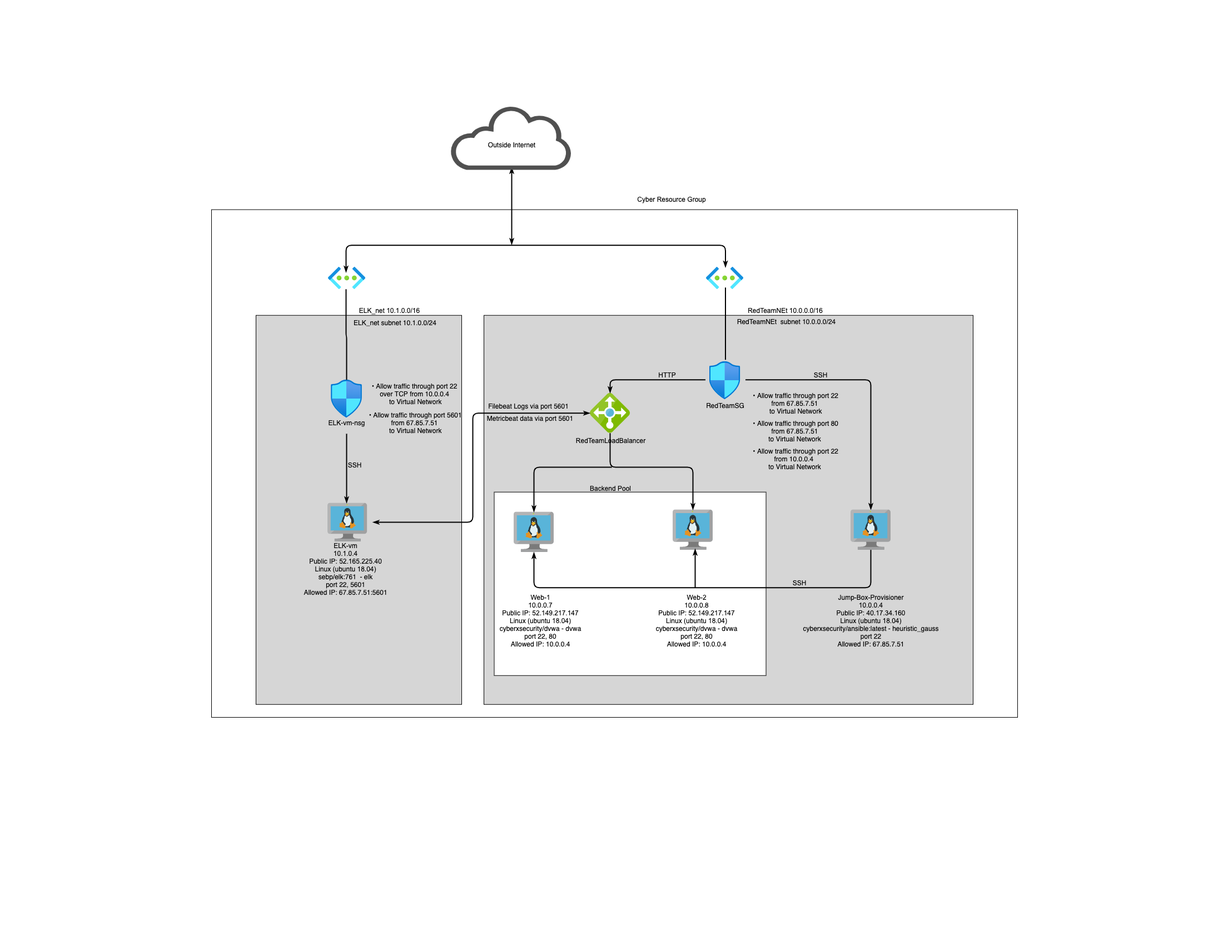
wiltzie75/ELK-Project keeps this draw.io diagram as Images/ELK_diagram.png. Above is the earlier version. Source tidied: cells renumbered, new cells last; positions are measured from the earlier drawing's top-left corner, leaving out a move shared by most shapes.
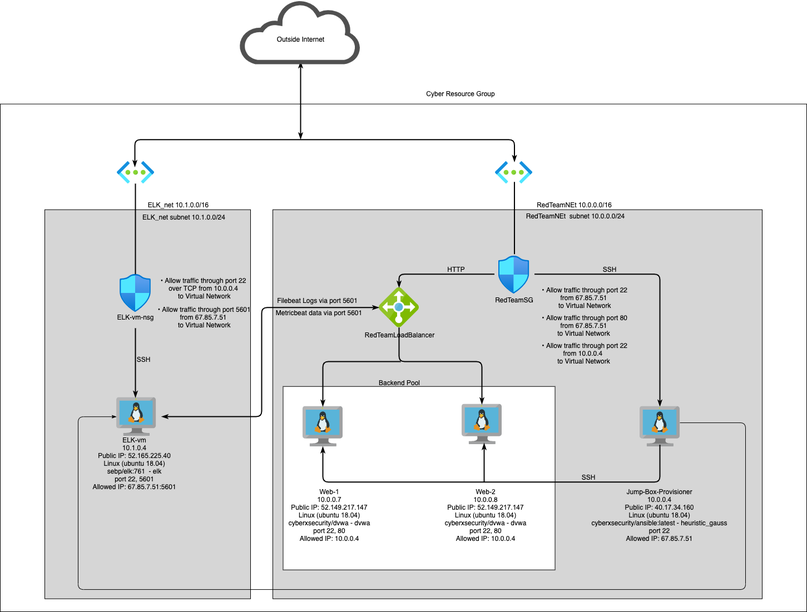
After the commit.

What changed in the source:
```diff
@@ -72,7 +72,7 @@
       <mxGeometry x="1036.5" y="876.8" width="299" height="112" as="geometry" />
     </mxCell>
     <mxCell id="19" style="shape=image;image=img/lib/mscae/VM_Linux.svg;shadow=0;strokeWidth=2;fillColor=#3a3a3a;strokeColor=#333333;opacity=100.0;gliffyId=103;" parent="1" vertex="1">
-      <mxGeometry x="1150" y="726.8" width="72" height="72" as="geometry" />
+      <mxGeometry x="1150" y="730.8" width="72" height="72" as="geometry" />
     </mxCell>
     <mxCell id="20" style="shape=image;image=img/lib/mscae/VM_Linux.svg;shadow=0;strokeWidth=2;fillColor=#3a3a3a;strokeColor=#333333;opacity=100.0;gliffyId=105;" parent="1" vertex="1">
       <mxGeometry x="544" y="730.8" width="72" height="72" as="geometry" />
@@ -234,5 +234,17 @@
     <mxCell id="53" value="&lt;div style='width: 378.0811px;height:auto;word-break: break-word;'&gt;&lt;div align=&quot;center&quot;&gt;&lt;span style=&quot;font-family:Arial;font-size:12px; line-height: 0;&quot;&gt;&lt;span style=&quot; line-height: normal;&quot;&gt;RedTeamNEt 10.0.0.0/16&lt;/span&gt;&lt;/span&gt;&lt;/div&gt;&lt;/div&gt;" style="text;html=1;nl2Br=0;html=1;nl2Br=0;verticalAlign=middle;align=center;spacingLeft=0.0;spacingRight=0;whiteSpace=wrap;gliffyId=14;" parent="1" vertex="1">
       <mxGeometry x="840" y="360.8" width="385.1" height="14" as="geometry" />
     </mxCell>
+    <mxCell id="54" style="endArrow=none;html=1;edgeStyle=orthogonalEdgeStyle;exitX=0;exitY=0.5;exitDx=0;exitDy=0;startArrow=classicThin;startFill=1;" parent="1" edge="1" source="28">
+      <mxGeometry relative="1" as="geometry">
+        <mxPoint x="1222" y="760" as="targetPoint" />
+        <Array as="points">
+          <mxPoint x="140" y="749" />
+          <mxPoint x="140" y="1060" />
+          <mxPoint x="1340" y="1060" />
+          <mxPoint x="1340" y="760" />
+          <mxPoint x="1222" y="760" />
+        </Array>
+      </mxGeometry>
+    </mxCell>
   </root>
 </mxGraphModel>
```
